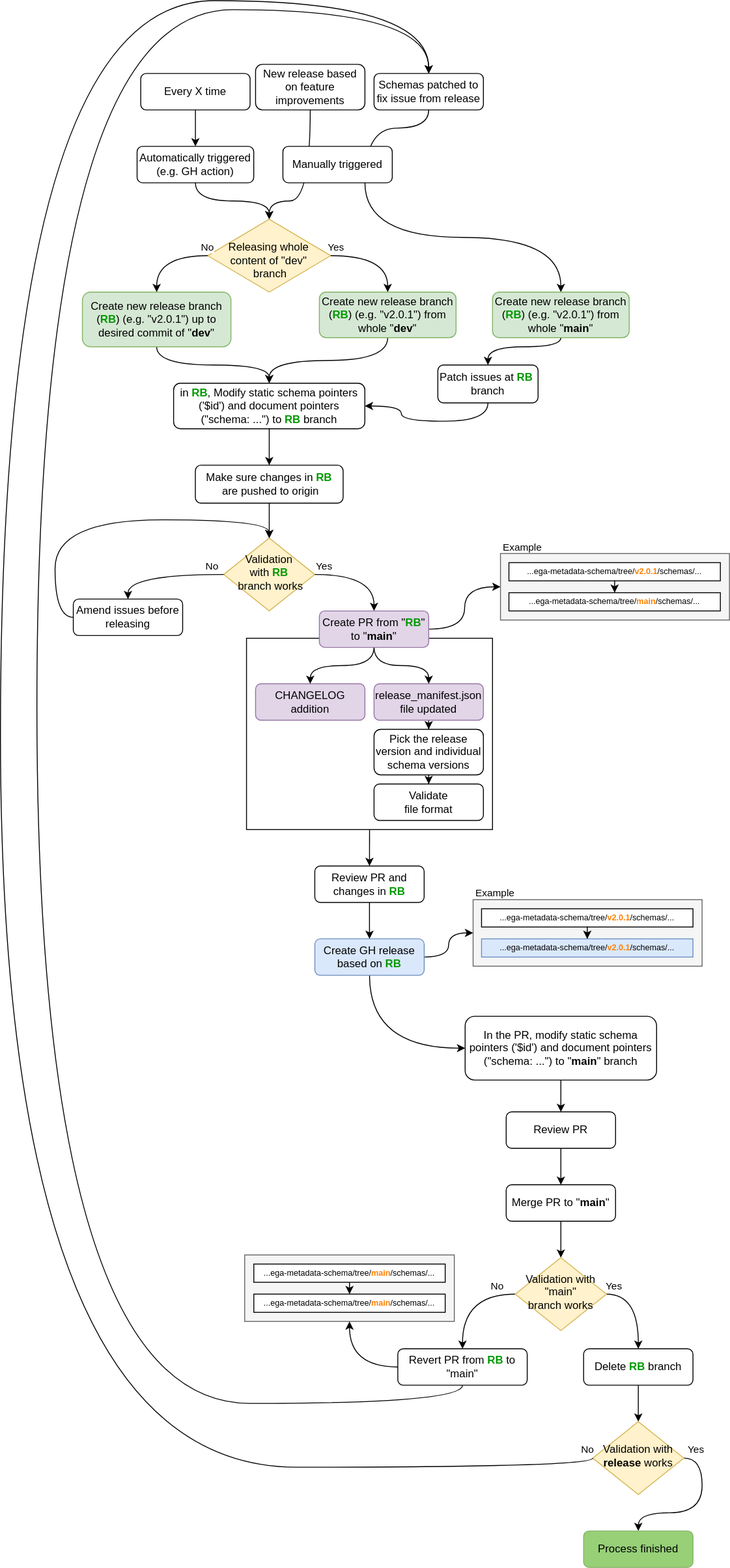
Before: docs/releases/images/Release_workflow_diagram.svg, a diagram exported from draw.io (EbiEga/ega-metadata-schema). Source tidied: cells renumbered, new cells last; positions are measured from the earlier drawing's top-left corner, leaving out a move shared by most shapes.
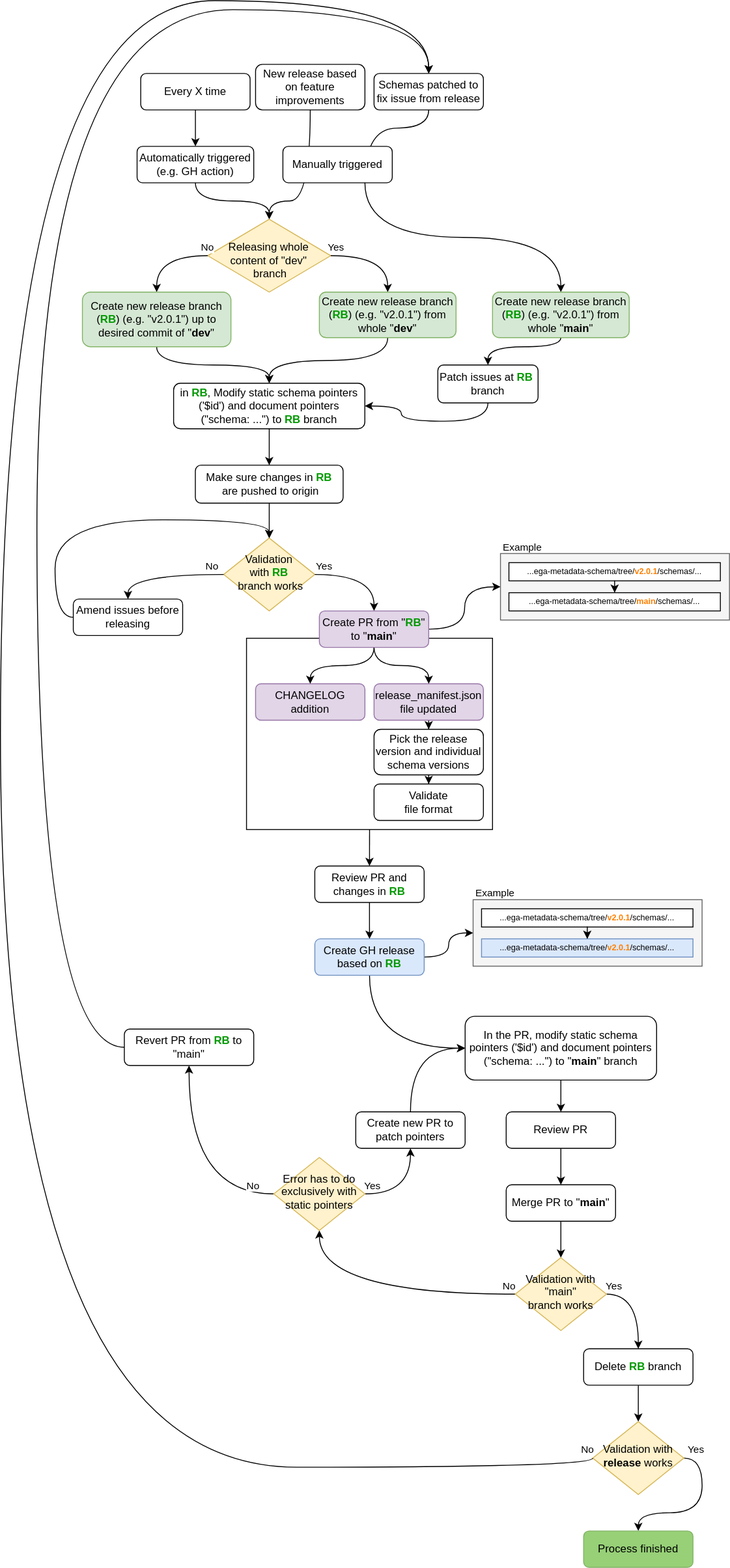
The same file after the commit.

Commit message:
EE-2412 - Modified Release workflow diagram

The edit, as a diff of the source:
```diff
@@ -11,9 +11,6 @@
     <mxCell id="4" style="rounded=0;whiteSpace=wrap;html=1;" parent="1" vertex="1">
       <mxGeometry x="270" y="700" width="269.9" height="210" as="geometry" />
     </mxCell>
-    <mxCell id="5" style="rounded=0;whiteSpace=wrap;html=1;labelBackgroundColor=none;strokeColor=#666666;fontSize=15;fontColor=#333333;fillColor=#f5f5f5;gradientDirection=east;" parent="1" vertex="1">
-      <mxGeometry x="268" y="1377" width="230" height="73" as="geometry" />
-    </mxCell>
     <mxCell id="6" style="edgeStyle=orthogonalEdgeStyle;rounded=0;jettySize=auto;html=1;entryX=0.5;entryY=0;entryDx=0;entryDy=0;curved=1;" parent="1" edge="1" source="7" target="32">
       <mxGeometry relative="1" as="geometry" />
     </mxCell>
@@ -39,33 +36,29 @@
     <mxCell id="11" value="Schemas patched to fix issue from release" style="rounded=1;whiteSpace=wrap;html=1;fontSize=12;glass=0;strokeWidth=1;shadow=0;" parent="1" vertex="1">
       <mxGeometry x="409.9" y="80" width="120" height="40" as="geometry" />
     </mxCell>
-    <mxCell id="12" style="edgeStyle=orthogonalEdgeStyle;curved=1;rounded=0;jettySize=auto;html=1;entryX=0.5;entryY=1;entryDx=0;entryDy=0;exitX=0;exitY=0.5;exitDx=0;exitDy=0;" parent="1" edge="1" source="14" target="5">
-      <mxGeometry relative="1" as="geometry" />
-    </mxCell>
-    <mxCell id="13" style="edgeStyle=orthogonalEdgeStyle;curved=1;rounded=0;jettySize=auto;html=1;entryX=0.5;entryY=0;entryDx=0;entryDy=0;startArrow=none;startFill=0;endArrow=classic;endFill=1;exitX=0.5;exitY=1;exitDx=0;exitDy=0;" parent="1" edge="1" source="14" target="11">
+    <mxCell id="13" style="edgeStyle=orthogonalEdgeStyle;curved=1;rounded=0;jettySize=auto;html=1;entryX=0.5;entryY=0;entryDx=0;entryDy=0;startArrow=none;startFill=0;endArrow=classic;endFill=1;exitX=0;exitY=0.5;exitDx=0;exitDy=0;" parent="1" edge="1" source="14" target="11">
       <mxGeometry relative="1" as="geometry">
         <Array as="points">
-          <mxPoint x="507" y="1540" />
-          <mxPoint x="40" y="1540" />
+          <mxPoint x="40" y="1149" />
           <mxPoint x="40" y="10" />
           <mxPoint x="470" y="10" />
         </Array>
       </mxGeometry>
     </mxCell>
+    <mxCell id="90" style="edgeStyle=orthogonalEdgeStyle;rounded=0;jettySize=auto;html=1;entryX=0.5;entryY=1;entryDx=0;entryDy=0;strokeWidth=1;curved=1;exitX=0;exitY=0.5;exitDx=0;exitDy=0;" parent="1" edge="1" source="20" target="96">
+      <mxGeometry relative="1" as="geometry" />
+    </mxCell>
+    <mxCell id="91" value="No" style="edgeLabel;html=1;align=center;verticalAlign=middle;" parent="90" vertex="1">
+      <mxGeometry x="-0.93" y="1" relative="1" as="geometry">
+        <mxPoint x="3" y="-11" as="offset" />
+      </mxGeometry>
+    </mxCell>
     <mxCell id="14" value="Revert PR from&amp;nbsp;&lt;b style=&quot;border-color: var(--border-color); color: rgb(0, 153, 0);&quot;&gt;RB&amp;nbsp;&lt;/b&gt;to &quot;main&quot;" style="rounded=1;whiteSpace=wrap;html=1;fontSize=12;glass=0;strokeWidth=1;shadow=0;" parent="1" vertex="1">
-      <mxGeometry x="436" y="1480" width="142" height="40" as="geometry" />
+      <mxGeometry x="135.9" y="1129" width="142" height="40" as="geometry" />
     </mxCell>
     <mxCell id="15" style="edgeStyle=orthogonalEdgeStyle;rounded=0;jettySize=auto;html=1;entryX=0.5;entryY=0;entryDx=0;entryDy=0;exitX=0.5;exitY=1;exitDx=0;exitDy=0;curved=1;" parent="1" edge="1" source="27" target="20">
       <mxGeometry relative="1" as="geometry" />
     </mxCell>
-    <mxCell id="16" style="edgeStyle=orthogonalEdgeStyle;rounded=0;jettySize=auto;html=1;entryX=0.5;entryY=0;entryDx=0;entryDy=0;curved=1;exitX=0;exitY=0.5;exitDx=0;exitDy=0;" parent="1" edge="1" source="20" target="14">
-      <mxGeometry relative="1" as="geometry" />
-    </mxCell>
-    <mxCell id="17" value="No" style="edgeLabel;html=1;align=center;verticalAlign=middle;" parent="16" vertex="1">
-      <mxGeometry x="-0.57" y="1" relative="1" as="geometry">
-        <mxPoint x="5" y="-11" as="offset" />
-      </mxGeometry>
-    </mxCell>
     <mxCell id="18" style="edgeStyle=orthogonalEdgeStyle;rounded=0;jettySize=auto;html=1;curved=1;exitX=1;exitY=0.5;exitDx=0;exitDy=0;entryX=0.5;entryY=0;entryDx=0;entryDy=0;" parent="1" edge="1" source="20" target="59">
       <mxGeometry relative="1" as="geometry" />
     </mxCell>
@@ -77,15 +70,6 @@
     <mxCell id="20" value="Validation with &quot;main&quot; &lt;br&gt;branch works" style="rhombus;whiteSpace=wrap;html=1;shadow=0;fontFamily=Helvetica;fontSize=12;align=center;strokeWidth=1;spacing=6;spacingTop=-4;fillColor=#fff2cc;strokeColor=#d6b656;" parent="1" vertex="1">
       <mxGeometry x="564.9" y="1380" width="100" height="80" as="geometry" />
     </mxCell>
-    <mxCell id="21" style="edgeStyle=orthogonalEdgeStyle;rounded=0;jettySize=auto;html=1;fontSize=15;fontColor=#000000;curved=1;" parent="1" edge="1" source="22" target="23">
-      <mxGeometry relative="1" as="geometry" />
-    </mxCell>
-    <mxCell id="22" value="...ega-metadata-schema/tree/&lt;font color=&quot;#ff8000&quot;&gt;&lt;b&gt;main&lt;/b&gt;&lt;/font&gt;/schemas/..." style="rounded=0;whiteSpace=wrap;html=1;fontSize=9;" parent="1" vertex="1">
-      <mxGeometry x="278" y="1387" width="210" height="20" as="geometry" />
-    </mxCell>
-    <mxCell id="23" value="...ega-metadata-schema/tree/&lt;font color=&quot;#ff8000&quot;&gt;&lt;b&gt;main&lt;/b&gt;&lt;/font&gt;/schemas/..." style="rounded=0;whiteSpace=wrap;html=1;fontSize=9;" parent="1" vertex="1">
-      <mxGeometry x="278" y="1420" width="210" height="20" as="geometry" />
-    </mxCell>
     <mxCell id="24" value="Validation with&amp;nbsp;&lt;b style=&quot;border-color: var(--border-color); color: rgb(0, 153, 0);&quot;&gt;RB&lt;/b&gt;&lt;br&gt;&amp;nbsp;branch works" style="rhombus;whiteSpace=wrap;html=1;shadow=0;fontFamily=Helvetica;fontSize=12;align=center;strokeWidth=1;spacing=6;spacingTop=-4;fillColor=#fff2cc;strokeColor=#d6b656;" parent="1" vertex="1">
       <mxGeometry x="244.9" y="590" width="100" height="80" as="geometry" />
     </mxCell>
@@ -313,5 +297,30 @@
     <mxCell id="89" value="Process finished" style="rounded=1;whiteSpace=wrap;html=1;fontSize=12;glass=0;strokeWidth=1;shadow=0;fillColor=#97D077;strokeColor=#82b366;" parent="1" vertex="1">
       <mxGeometry x="639.9" y="1680" width="120" height="40" as="geometry" />
     </mxCell>
+    <mxCell id="92" style="edgeStyle=orthogonalEdgeStyle;rounded=0;jettySize=auto;html=1;curved=1;exitX=1;exitY=0.5;exitDx=0;exitDy=0;entryX=0.5;entryY=1;entryDx=0;entryDy=0;" parent="1" edge="1" source="96" target="98">
+      <mxGeometry relative="1" as="geometry" />
+    </mxCell>
+    <mxCell id="93" value="Yes" style="edgeLabel;html=1;align=center;verticalAlign=middle;" parent="92" vertex="1">
+      <mxGeometry x="-0.86" y="4" relative="1" as="geometry">
+        <mxPoint x="1" y="-6" as="offset" />
+      </mxGeometry>
+    </mxCell>
+    <mxCell id="94" style="edgeStyle=orthogonalEdgeStyle;curved=1;rounded=0;jettySize=auto;html=1;entryX=0.5;entryY=1;entryDx=0;entryDy=0;strokeWidth=1;" parent="1" edge="1" source="96" target="14">
+      <mxGeometry relative="1" as="geometry" />
+    </mxCell>
+    <mxCell id="95" value="No" style="edgeLabel;html=1;align=center;verticalAlign=middle;" parent="94" vertex="1">
+      <mxGeometry x="-0.85" y="-1" relative="1" as="geometry">
+        <mxPoint x="-5" y="-9" as="offset" />
+      </mxGeometry>
+    </mxCell>
+    <mxCell id="96" value="Error has to do exclusively with static pointers" style="rhombus;whiteSpace=wrap;html=1;shadow=0;fontFamily=Helvetica;fontSize=12;align=center;strokeWidth=1;spacing=6;spacingTop=-4;fillColor=#fff2cc;strokeColor=#d6b656;" parent="1" vertex="1">
+      <mxGeometry x="299.9" y="1270" width="100" height="80" as="geometry" />
+    </mxCell>
+    <mxCell id="97" style="edgeStyle=orthogonalEdgeStyle;curved=1;rounded=0;jettySize=auto;html=1;entryX=0;entryY=0.5;entryDx=0;entryDy=0;strokeWidth=1;" parent="1" edge="1" source="98" target="44">
+      <mxGeometry relative="1" as="geometry" />
+    </mxCell>
+    <mxCell id="98" value="Create new PR to patch pointers" style="rounded=1;whiteSpace=wrap;html=1;fontSize=12;glass=0;strokeWidth=1;shadow=0;" parent="1" vertex="1">
+      <mxGeometry x="389.9" y="1220" width="120" height="40" as="geometry" />
+    </mxCell>
   </root>
 </mxGraphModel>
```
